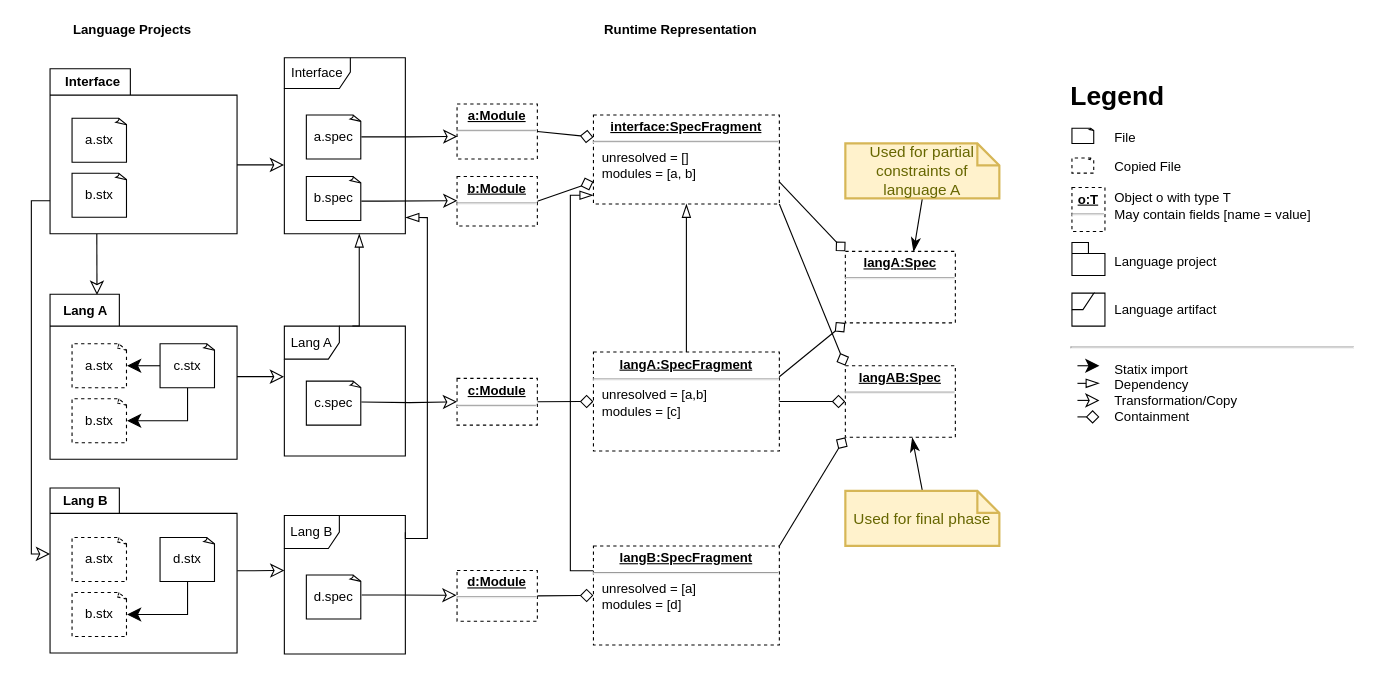
Earlier version of the draw.io diagram page "Spec management" (21 of 22) of Spoofax3 Diagrams.drawio (AZWN/Spoofax-pie-diagrams). Source tidied: cells renumbered, new cells numbered last; positions are measured from the earlier drawing's top-left corner, leaving out a move shared by most shapes. Both pictures are drawn from the tidied source at 110%, with x=0, y=0 at pixel (31, 19).
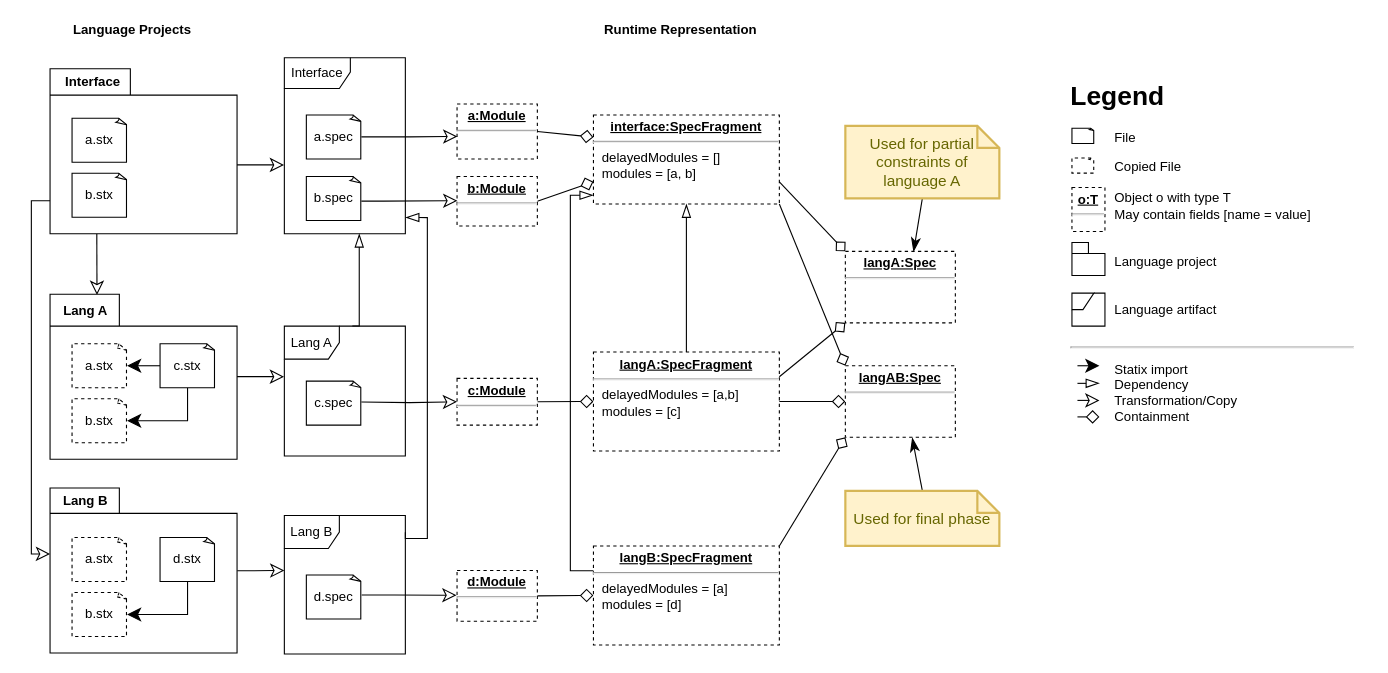
The same page after the edit.

Commit message:
Redo name to delayedModules

What changed in the source:
```diff
@@
-    <mxCell id="19" value="&lt;p style=&quot;margin: 0px ; margin-top: 4px ; text-align: center ; text-decoration: underline&quot;&gt;&lt;b&gt;interface:SpecFragment&lt;/b&gt;&lt;/p&gt;&lt;hr&gt;&lt;p style=&quot;margin: 0px ; margin-left: 8px&quot;&gt;unresolved = []&lt;br&gt;modules = [a, b]&lt;br&gt;&lt;br&gt;&lt;/p&gt;" style="verticalAlign=top;align=left;overflow=fill;fontSize=12;fontFamily=Helvetica;html=1;dashed=1;" parent="1" vertex="1">
+    <mxCell id="19" value="&lt;p style=&quot;margin: 0px ; margin-top: 4px ; text-align: center ; text-decoration: underline&quot;&gt;&lt;b&gt;interface:SpecFragment&lt;/b&gt;&lt;/p&gt;&lt;hr&gt;&lt;p style=&quot;margin: 0px ; margin-left: 8px&quot;&gt;delayedModules = []&lt;br&gt;modules = [a, b]&lt;br&gt;&lt;br&gt;&lt;/p&gt;" style="verticalAlign=top;align=left;overflow=fill;fontSize=12;fontFamily=Helvetica;html=1;dashed=1;" parent="1" vertex="1">
       <mxGeometry x="511" y="87" width="169" height="81" as="geometry" />
     </mxCell>
@@
-    <mxCell id="22" value="&lt;p style=&quot;margin: 0px ; margin-top: 4px ; text-align: center ; text-decoration: underline&quot;&gt;&lt;b&gt;langA:SpecFragment&lt;/b&gt;&lt;/p&gt;&lt;hr&gt;&lt;p style=&quot;margin: 0px ; margin-left: 8px&quot;&gt;unresolved = [a,b]&lt;br&gt;modules = [c]&lt;br&gt;&lt;/p&gt;" style="verticalAlign=top;align=left;overflow=fill;fontSize=12;fontFamily=Helvetica;html=1;dashed=1;" parent="1" vertex="1">
+    <mxCell id="22" value="&lt;p style=&quot;margin: 0px ; margin-top: 4px ; text-align: center ; text-decoration: underline&quot;&gt;&lt;b&gt;langA:SpecFragment&lt;/b&gt;&lt;/p&gt;&lt;hr&gt;&lt;p style=&quot;margin: 0px ; margin-left: 8px&quot;&gt;delayedModules = [a,b]&lt;br&gt;modules = [c]&lt;br&gt;&lt;/p&gt;" style="verticalAlign=top;align=left;overflow=fill;fontSize=12;fontFamily=Helvetica;html=1;dashed=1;" parent="1" vertex="1">
       <mxGeometry x="511" y="302.5" width="169" height="90" as="geometry" />
     </mxCell>
@@
-    <mxCell id="38" value="&lt;p style=&quot;margin: 0px ; margin-top: 4px ; text-align: center ; text-decoration: underline&quot;&gt;&lt;b&gt;langB:SpecFragment&lt;/b&gt;&lt;/p&gt;&lt;hr&gt;&lt;p style=&quot;margin: 0px ; margin-left: 8px&quot;&gt;unresolved = [a]&lt;br&gt;modules = [d]&lt;br&gt;&lt;/p&gt;" style="verticalAlign=top;align=left;overflow=fill;fontSize=12;fontFamily=Helvetica;html=1;dashed=1;" parent="1" vertex="1">
+    <mxCell id="38" value="&lt;p style=&quot;margin: 0px ; margin-top: 4px ; text-align: center ; text-decoration: underline&quot;&gt;&lt;b&gt;langB:SpecFragment&lt;/b&gt;&lt;/p&gt;&lt;hr&gt;&lt;p style=&quot;margin: 0px ; margin-left: 8px&quot;&gt;delayedModules = [a]&lt;br&gt;modules = [d]&lt;br&gt;&lt;/p&gt;" style="verticalAlign=top;align=left;overflow=fill;fontSize=12;fontFamily=Helvetica;html=1;dashed=1;" parent="1" vertex="1">
       <mxGeometry x="511" y="478.8" width="169" height="90" as="geometry" />
     </mxCell>
@@
     <mxCell id="67" value="Used for partial constraints of language A" style="shape=note;strokeWidth=2;fontSize=14;size=20;whiteSpace=wrap;html=1;fillColor=#fff2cc;strokeColor=#d6b656;fontColor=#666600;" parent="1" vertex="1">
-      <mxGeometry x="740" y="112.9" width="140" height="50" as="geometry" />
+      <mxGeometry x="740" y="97" width="140" height="65.9" as="geometry" />
     </mxCell>
```
